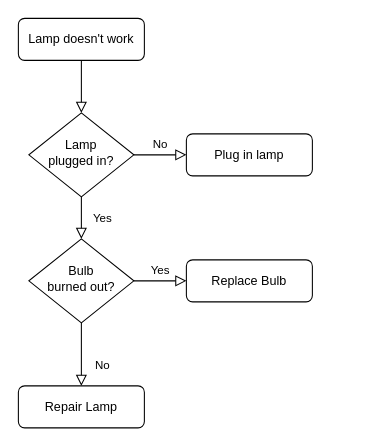
This is ffcg.drawio from Alpha-Girl/drawio, a draw.io file, before an edit. Source tidied: cells renumbered, new cells numbered last; positions are measured from the earlier drawing's top-left corner, leaving out a move shared by most shapes. Both pictures are drawn from the tidied source at 105%, with x=0, y=0 at pixel (18, 18).
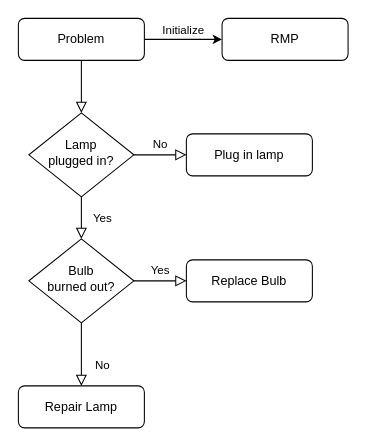
The same diagram, later.

What changed in the source:
```diff
@@
 <mxGraphModel>
   <root>
     <mxCell id="0" />
     <mxCell id="1" parent="0" />
     <mxCell id="2" style="rounded=0;html=1;jettySize=auto;fontSize=11;endArrow=block;endFill=0;endSize=8;strokeWidth=1;shadow=0;labelBackgroundColor=none;edgeStyle=orthogonalEdgeStyle;" parent="1" edge="1" source="3" target="6">
       <mxGeometry relative="1" as="geometry" />
     </mxCell>
+    <mxCell id="13" value="Initialize" style="edgeStyle=orthogonalEdgeStyle;rounded=0;jettySize=auto;html=1;exitX=1;exitY=0.5;exitDx=0;exitDy=0;entryX=0;entryY=0.5;entryDx=0;entryDy=0;verticalAlign=bottom;" parent="1" edge="1" source="3" target="14">
+      <mxGeometry relative="1" as="geometry" />
+    </mxCell>
-    <mxCell id="3" value="Lamp doesn't work" style="rounded=1;whiteSpace=wrap;html=1;fontSize=12;glass=0;strokeWidth=1;shadow=0;" parent="1" vertex="1">
+    <mxCell id="3" value="Problem" style="rounded=1;whiteSpace=wrap;html=1;fontSize=12;glass=0;strokeWidth=1;shadow=0;" parent="1" vertex="1">
       <mxGeometry width="120" height="40" as="geometry" />
     </mxCell>
     <mxCell id="4" value="Yes" style="rounded=0;html=1;jettySize=auto;fontSize=11;endArrow=block;endFill=0;endSize=8;strokeWidth=1;shadow=0;labelBackgroundColor=none;edgeStyle=orthogonalEdgeStyle;" parent="1" edge="1" source="6" target="10">
       <mxGeometry y="20" relative="1" as="geometry" />
     </mxCell>
     <mxCell id="5" value="No" style="edgeStyle=orthogonalEdgeStyle;rounded=0;html=1;jettySize=auto;fontSize=11;endArrow=block;endFill=0;endSize=8;strokeWidth=1;shadow=0;labelBackgroundColor=none;" parent="1" edge="1" source="6" target="7">
       <mxGeometry y="10" relative="1" as="geometry" />
     </mxCell>
     <mxCell id="6" value="Lamp&lt;br&gt;plugged in?" style="rhombus;whiteSpace=wrap;html=1;shadow=0;fontFamily=Helvetica;fontSize=12;align=center;strokeWidth=1;spacing=6;spacingTop=-4;" parent="1" vertex="1">
       <mxGeometry x="10" y="90" width="100" height="80" as="geometry" />
     </mxCell>
     <mxCell id="7" value="Plug in lamp" style="rounded=1;whiteSpace=wrap;html=1;fontSize=12;glass=0;strokeWidth=1;shadow=0;" parent="1" vertex="1">
       <mxGeometry x="160" y="110" width="120" height="40" as="geometry" />
     </mxCell>
     <mxCell id="8" value="No" style="rounded=0;html=1;jettySize=auto;fontSize=11;endArrow=block;endFill=0;endSize=8;strokeWidth=1;shadow=0;labelBackgroundColor=none;edgeStyle=orthogonalEdgeStyle;" parent="1" edge="1" source="10" target="11">
       <mxGeometry x="0.33" y="20" relative="1" as="geometry" />
     </mxCell>
     <mxCell id="9" value="Yes" style="edgeStyle=orthogonalEdgeStyle;rounded=0;html=1;jettySize=auto;fontSize=11;endArrow=block;endFill=0;endSize=8;strokeWidth=1;shadow=0;labelBackgroundColor=none;" parent="1" edge="1" source="10" target="12">
       <mxGeometry y="10" relative="1" as="geometry" />
     </mxCell>
     <mxCell id="10" value="Bulb&lt;br&gt;burned out?" style="rhombus;whiteSpace=wrap;html=1;shadow=0;fontFamily=Helvetica;fontSize=12;align=center;strokeWidth=1;spacing=6;spacingTop=-4;" parent="1" vertex="1">
       <mxGeometry x="10" y="210" width="100" height="80" as="geometry" />
     </mxCell>
     <mxCell id="11" value="Repair Lamp" style="rounded=1;whiteSpace=wrap;html=1;fontSize=12;glass=0;strokeWidth=1;shadow=0;" parent="1" vertex="1">
       <mxGeometry y="350" width="120" height="40" as="geometry" />
     </mxCell>
     <mxCell id="12" value="Replace Bulb" style="rounded=1;whiteSpace=wrap;html=1;fontSize=12;glass=0;strokeWidth=1;shadow=0;" parent="1" vertex="1">
       <mxGeometry x="160" y="230" width="120" height="40" as="geometry" />
     </mxCell>
+    <mxCell id="14" value="RMP" style="rounded=1;whiteSpace=wrap;html=1;fontSize=12;glass=0;strokeWidth=1;shadow=0;" parent="1" vertex="1">
+      <mxGeometry x="194" width="120" height="40" as="geometry" />
+    </mxCell>
   </root>
 </mxGraphModel>
```
